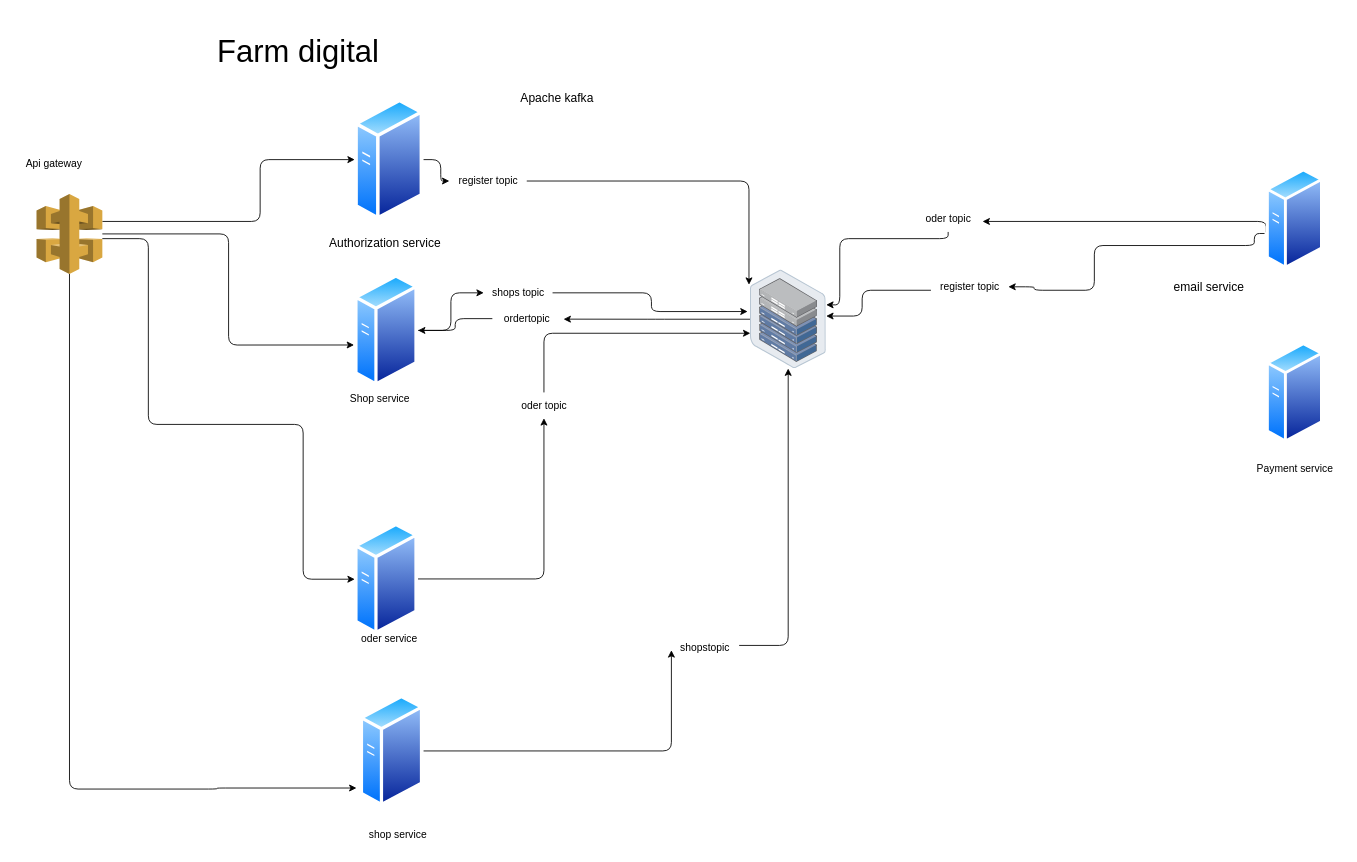
guesmia1228/farm-app keeps this draw.io diagram as Basic system architecture.drawio. Above is the earlier version. Source tidied: cells renumbered, new cells numbered last; positions are measured from the earlier drawing's top-left corner, leaving out a move shared by most shapes. Both pictures are drawn from the tidied source at 86%, with x=0, y=0 at pixel (15, 23).
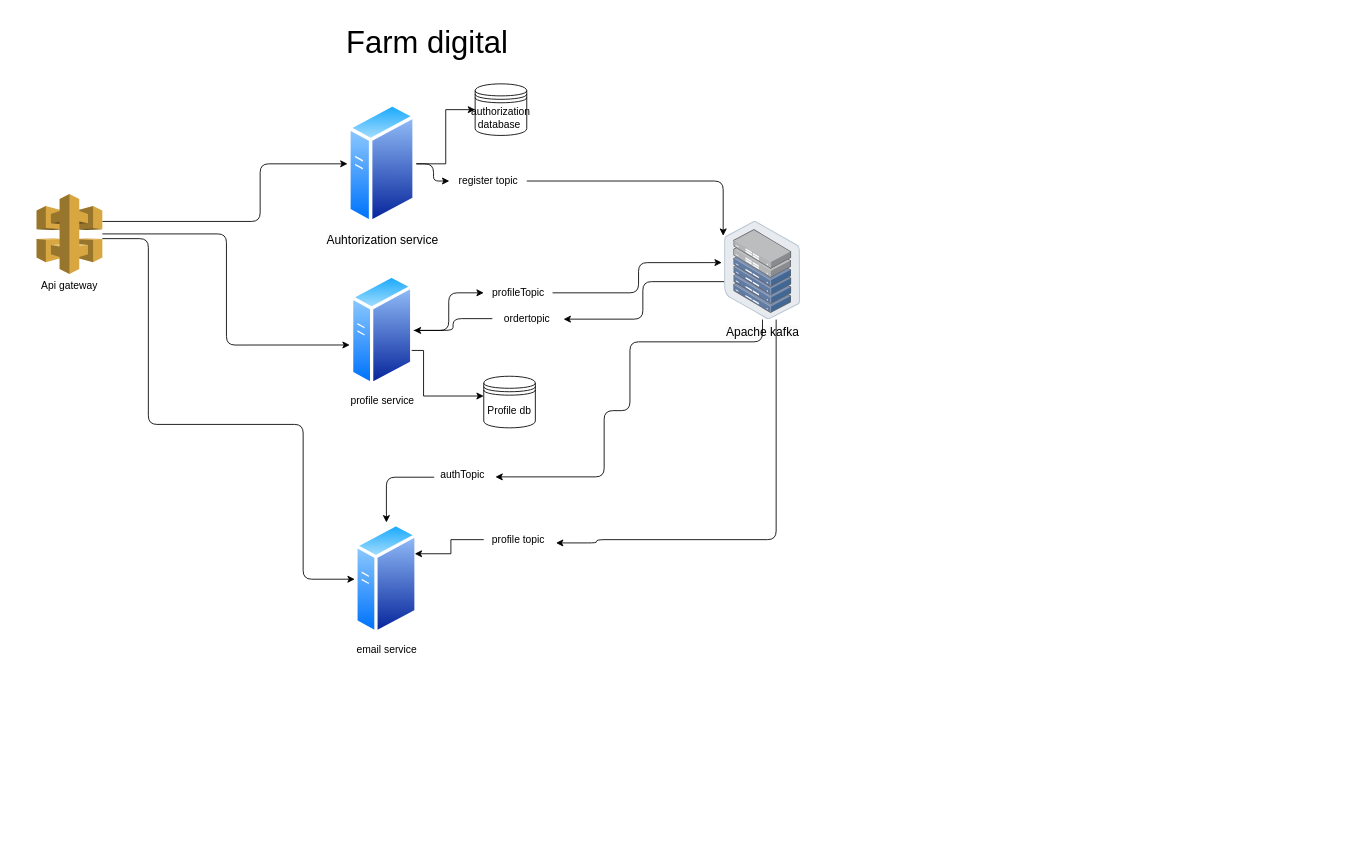
The same page after the edit.

Unchanged cells that the change refers to:
```xml
<mxCell id="43" value="ordertopic" style="text;html=1;align=center;verticalAlign=middle;points=[];strokeColor=none;fillColor=none;" parent="1" vertex="1">
  <mxGeometry x="555" y="328" width="80" height="30" as="geometry" />
</mxCell>
```

Change to the diagram source:
```diff
@@
     <mxCell id="2" value="&lt;font style=&quot;font-size: 36px;&quot;&gt;Farm digital&lt;/font&gt;" style="text;strokeColor=none;align=center;fillColor=none;html=1;verticalAlign=middle;whiteSpace=wrap;rounded=1;" parent="1" vertex="1">
-      <mxGeometry x="145" width="369" height="63.2" as="geometry" />
+      <mxGeometry x="295" y="-10" width="369" height="63.2" as="geometry" />
     </mxCell>
@@
-    <mxCell id="6" style="edgeStyle=orthogonalEdgeStyle;rounded=1;jettySize=auto;html=1;entryX=-0.06;entryY=0.828;entryDx=0;entryDy=0;entryPerimeter=0;" parent="1" edge="1" source="7" target="37">
-      <mxGeometry relative="1" as="geometry">
-        <Array as="points">
-          <mxPoint x="63" y="890" />
-          <mxPoint x="235" y="890" />
-          <mxPoint x="235" y="889" />
-        </Array>
-      </mxGeometry>
-    </mxCell>
-    <mxCell id="7" style="outlineConnect=0;dashed=0;verticalLabelPosition=bottom;verticalAlign=top;align=center;html=1;shape=mxgraph.aws3.api_gateway;fillColor=#D9A741;gradientColor=none;rounded=1;" parent="1" vertex="1">
+    <mxCell id="7" value="Api gateway" style="outlineConnect=0;dashed=0;verticalLabelPosition=bottom;verticalAlign=top;align=center;html=1;shape=mxgraph.aws3.api_gateway;fillColor=#D9A741;gradientColor=none;rounded=1;" parent="1" vertex="1">
       <mxGeometry x="25" y="198" width="76.5" height="93" as="geometry" />
     </mxCell>
     <mxCell id="8" style="edgeStyle=orthogonalEdgeStyle;rounded=1;jettySize=auto;html=1;entryX=1.035;entryY=0.52;entryDx=0;entryDy=0;entryPerimeter=0;" parent="1" edge="1" source="9" target="43">
-      <mxGeometry relative="1" as="geometry" />
+      <mxGeometry relative="1" as="geometry">
+        <Array as="points">
+          <mxPoint x="730" y="300" />
+          <mxPoint x="730" y="344" />
+        </Array>
+      </mxGeometry>
     </mxCell>
-    <mxCell id="9" style="image;points=[];html=1;align=center;shadow=0;dashed=0;image=img/lib/allied_telesis/storage/Datacenter_Server_Half_Rack_ToR.svg;rounded=1;" parent="1" vertex="1">
-      <mxGeometry x="855" y="286.4" width="88.2" height="114.6" as="geometry" />
+    <mxCell id="9" value="&lt;span style=&quot;color: rgb(0, 0, 0); font-family: Helvetica; font-size: 14px; font-style: normal; font-variant-ligatures: normal; font-variant-caps: normal; font-weight: 400; letter-spacing: normal; orphans: 2; text-align: center; text-indent: 0px; text-transform: none; widows: 2; word-spacing: 0px; -webkit-text-stroke-width: 0px; background-color: rgb(251, 251, 251); text-decoration-thickness: initial; text-decoration-style: initial; text-decoration-color: initial; float: none; display: inline !important;&quot;&gt;Apache kafka&lt;/span&gt;" style="image;points=[];html=1;align=center;shadow=0;dashed=0;image=img/lib/allied_telesis/storage/Datacenter_Server_Half_Rack_ToR.svg;rounded=1;" parent="1" vertex="1">
+      <mxGeometry x="825" y="229.5" width="88.2" height="114.6" as="geometry" />
     </mxCell>
-    <mxCell id="10" value="&lt;font style=&quot;font-size: 14px;&quot;&gt;Apache kafka&lt;/font&gt;" style="text;html=1;align=center;verticalAlign=middle;strokeColor=none;fillColor=none;rounded=1;" parent="1" vertex="1">
-      <mxGeometry x="575" y="71.8" width="110" height="30" as="geometry" />
-    </mxCell>
@@
+    <mxCell id="44" style="edgeStyle=orthogonalEdgeStyle;rounded=0;jettySize=auto;html=1;" parent="1" edge="1" source="12" target="49">
+      <mxGeometry relative="1" as="geometry" />
+    </mxCell>
-    <mxCell id="12" style="image;perimeter=ellipsePerimeter;html=1;align=center;shadow=0;dashed=0;spacingTop=3;image=img/lib/active_directory/generic_server.svg;rounded=1;" parent="1" vertex="1">
-      <mxGeometry x="395" y="86.7" width="80" height="142.8" as="geometry" />
+    <mxCell id="12" value="&lt;span style=&quot;font-size: 14px; background-color: rgb(251, 251, 251);&quot;&gt;Auhtorization service&lt;/span&gt;" style="image;perimeter=ellipsePerimeter;html=1;align=center;shadow=0;dashed=0;spacingTop=3;image=img/lib/active_directory/generic_server.svg;rounded=1;" parent="1" vertex="1">
+      <mxGeometry x="386.6" y="91.6" width="80" height="142.8" as="geometry" />
     </mxCell>
-    <mxCell id="13" value="&lt;font style=&quot;font-size: 14px;&quot;&gt;Authorization &lt;font style=&quot;&quot;&gt;service&lt;/font&gt;&lt;/font&gt;" style="text;html=1;align=center;verticalAlign=middle;strokeColor=none;fillColor=none;rounded=1;" parent="1" vertex="1">
-      <mxGeometry x="355" y="240" width="150" height="30" as="geometry" />
-    </mxCell>
-    <mxCell id="14" style="edgeStyle=orthogonalEdgeStyle;rounded=1;jettySize=auto;html=1;" parent="1" edge="1" target="31">
-      <mxGeometry relative="1" as="geometry">
-        <mxPoint x="1455" y="242.5" as="sourcePoint" />
-        <Array as="points">
-          <mxPoint x="1455" y="230" />
-          <mxPoint x="1067" y="230" />
-          <mxPoint x="1067" y="230" />
-          <mxPoint x="1047" y="230" />
-          <mxPoint x="1047" y="227" />
-        </Array>
-      </mxGeometry>
-    </mxCell>
-    <mxCell id="15" style="image;perimeter=ellipsePerimeter;html=1;align=center;shadow=0;dashed=0;spacingTop=3;image=img/lib/active_directory/generic_server.svg;rounded=1;" parent="1" vertex="1">
-      <mxGeometry x="1455" y="168" width="66.3" height="118.4" as="geometry" />
-    </mxCell>
-    <mxCell id="16" value="&lt;span style=&quot;font-size: 14px;&quot;&gt;email service&lt;/span&gt;" style="text;html=1;align=center;verticalAlign=middle;strokeColor=none;fillColor=none;rounded=1;" parent="1" vertex="1">
-      <mxGeometry x="1333.2" y="291" width="110" height="30" as="geometry" />
-    </mxCell>
@@
-    <mxCell id="18" style="image;perimeter=ellipsePerimeter;html=1;align=center;shadow=0;dashed=0;spacingTop=3;image=img/lib/active_directory/generic_server.svg;rounded=1;" parent="1" vertex="1">
-      <mxGeometry x="395" y="291" width="73.6" height="131.4" as="geometry" />
+    <mxCell id="18" value="profile service" style="image;perimeter=ellipsePerimeter;html=1;align=center;shadow=0;dashed=0;spacingTop=3;image=img/lib/active_directory/generic_server.svg;rounded=1;" parent="1" vertex="1">
+      <mxGeometry x="390" y="291" width="73.6" height="131.4" as="geometry" />
     </mxCell>
-    <mxCell id="19" style="edgeStyle=orthogonalEdgeStyle;rounded=1;jettySize=auto;html=1;" parent="1" edge="1" source="21" target="9">
-      <mxGeometry relative="1" as="geometry">
-        <Array as="points">
-          <mxPoint x="985" y="310" />
-          <mxPoint x="985" y="340" />
-        </Array>
-      </mxGeometry>
-    </mxCell>
-    <mxCell id="20" style="edgeStyle=orthogonalEdgeStyle;rounded=1;jettySize=auto;html=1;exitX=-0.032;exitY=0.642;exitDx=0;exitDy=0;exitPerimeter=0;" parent="1" edge="1" source="15" target="21">
-      <mxGeometry relative="1" as="geometry">
-        <Array as="points">
-          <mxPoint x="1441" y="258" />
-          <mxPoint x="1255" y="258" />
-          <mxPoint x="1255" y="310" />
-          <mxPoint x="1185" y="310" />
-          <mxPoint x="1185" y="306" />
-        </Array>
-      </mxGeometry>
-    </mxCell>
-    <mxCell id="21" value="register topic" style="text;html=1;align=center;verticalAlign=middle;points=[];strokeColor=none;fillColor=none;rounded=1;" parent="1" vertex="1">
-      <mxGeometry x="1065" y="291" width="90" height="30" as="geometry" />
-    </mxCell>
@@
-    <mxCell id="24" value="Shop service" style="text;html=1;align=center;verticalAlign=middle;strokeColor=none;fillColor=none;rounded=1;" parent="1" vertex="1">
-      <mxGeometry x="378.6" y="422.4" width="90" height="30" as="geometry" />
-    </mxCell>
-    <mxCell id="25" style="edgeStyle=orthogonalEdgeStyle;rounded=1;jettySize=auto;html=1;" parent="1" edge="1" source="26" target="29">
+    <mxCell id="25" style="edgeStyle=orthogonalEdgeStyle;rounded=1;jettySize=auto;html=1;exitX=0.034;exitY=0.58;exitDx=0;exitDy=0;exitPerimeter=0;" parent="1" edge="1" source="45" target="26">
       <mxGeometry relative="1" as="geometry" />
     </mxCell>
-    <mxCell id="26" style="image;perimeter=ellipsePerimeter;html=1;align=center;shadow=0;dashed=0;spacingTop=3;image=img/lib/active_directory/generic_server.svg;rounded=1;" parent="1" vertex="1">
+    <mxCell id="26" value="email service" style="image;perimeter=ellipsePerimeter;html=1;align=center;shadow=0;dashed=0;spacingTop=3;image=img/lib/active_directory/generic_server.svg;rounded=1;" parent="1" vertex="1">
       <mxGeometry x="395" y="580" width="73.6" height="131.4" as="geometry" />
     </mxCell>
-    <mxCell id="27" value="oder service" style="text;html=1;align=center;verticalAlign=middle;strokeColor=none;fillColor=none;rounded=1;" parent="1" vertex="1">
-      <mxGeometry x="390" y="700" width="90" height="30" as="geometry" />
-    </mxCell>
-    <mxCell id="28" style="edgeStyle=orthogonalEdgeStyle;rounded=1;jettySize=auto;html=1;" parent="1" edge="1" source="29" target="9">
+    <mxCell id="28" style="edgeStyle=orthogonalEdgeStyle;rounded=1;jettySize=auto;html=1;entryX=1.051;entryY=0.567;entryDx=0;entryDy=0;entryPerimeter=0;" parent="1" edge="1" source="9" target="45">
       <mxGeometry relative="1" as="geometry">
         <Array as="points">
-          <mxPoint x="615" y="360" />
+          <mxPoint x="715" y="370" />
+          <mxPoint x="715" y="450" />
+          <mxPoint x="685" y="450" />
+          <mxPoint x="685" y="527" />
         </Array>
       </mxGeometry>
     </mxCell>
-    <mxCell id="29" value="oder topic" style="text;html=1;align=center;verticalAlign=middle;points=[];strokeColor=none;fillColor=none;rounded=1;" parent="1" vertex="1">
-      <mxGeometry x="575" y="428.8" width="80" height="30" as="geometry" />
-    </mxCell>
-    <mxCell id="30" style="edgeStyle=orthogonalEdgeStyle;rounded=1;jettySize=auto;html=1;" parent="1" edge="1" source="31" target="9">
-      <mxGeometry relative="1" as="geometry">
-        <Array as="points">
-          <mxPoint x="959" y="250" />
-          <mxPoint x="959" y="327" />
-        </Array>
-      </mxGeometry>
-    </mxCell>
-    <mxCell id="31" value="oder topic" style="text;html=1;align=center;verticalAlign=middle;points=[];strokeColor=none;fillColor=none;rounded=1;" parent="1" vertex="1">
-      <mxGeometry x="1045" y="212.2" width="80" height="30" as="geometry" />
-    </mxCell>
@@
-    <mxCell id="33" value="shops topic" style="text;html=1;align=center;verticalAlign=middle;points=[];strokeColor=none;fillColor=none;" parent="1" vertex="1">
+    <mxCell id="33" value="profileTopic" style="text;html=1;align=center;verticalAlign=middle;points=[];strokeColor=none;fillColor=none;" parent="1" vertex="1">
       <mxGeometry x="545" y="298" width="80" height="30" as="geometry" />
     </mxCell>
-    <mxCell id="34" style="image;perimeter=ellipsePerimeter;html=1;align=center;shadow=0;dashed=0;spacingTop=3;image=img/lib/active_directory/generic_server.svg;rounded=1;" parent="1" vertex="1">
-      <mxGeometry x="1455" y="370" width="66.3" height="118.4" as="geometry" />
-    </mxCell>
-    <mxCell id="35" value="Payment service" style="text;html=1;align=center;verticalAlign=middle;strokeColor=none;fillColor=none;" parent="1" vertex="1">
-      <mxGeometry x="1433.2" y="503" width="110" height="30" as="geometry" />
-    </mxCell>
-    <mxCell id="36" style="edgeStyle=orthogonalEdgeStyle;rounded=1;jettySize=auto;html=1;entryX=0.015;entryY=0.573;entryDx=0;entryDy=0;entryPerimeter=0;" parent="1" edge="1" source="37" target="39">
-      <mxGeometry relative="1" as="geometry" />
-    </mxCell>
-    <mxCell id="37" style="image;perimeter=ellipsePerimeter;html=1;align=center;shadow=0;dashed=0;spacingTop=3;image=img/lib/active_directory/generic_server.svg;rounded=1;" parent="1" vertex="1">
-      <mxGeometry x="401.4" y="780" width="73.6" height="131.4" as="geometry" />
-    </mxCell>
-    <mxCell id="38" style="edgeStyle=orthogonalEdgeStyle;rounded=1;jettySize=auto;html=1;" parent="1" edge="1" source="39" target="9">
-      <mxGeometry relative="1" as="geometry">
-        <Array as="points">
-          <mxPoint x="899" y="723" />
-        </Array>
-      </mxGeometry>
-    </mxCell>
-    <mxCell id="39" value="shopstopic" style="text;html=1;align=center;verticalAlign=middle;points=[];strokeColor=none;fillColor=none;" parent="1" vertex="1">
-      <mxGeometry x="762" y="711.4" width="80" height="30" as="geometry" />
-    </mxCell>
-    <mxCell id="40" value="shop service" style="text;html=1;align=center;verticalAlign=middle;strokeColor=none;fillColor=none;" parent="1" vertex="1">
-      <mxGeometry x="400" y="928" width="90" height="30" as="geometry" />
-    </mxCell>
-    <mxCell id="41" value="Api gateway" style="text;html=1;align=center;verticalAlign=middle;strokeColor=none;fillColor=none;" parent="1" vertex="1">
-      <mxGeometry y="148" width="90" height="30" as="geometry" />
-    </mxCell>
@@
+    <mxCell id="45" value="authTopic" style="text;html=1;align=center;verticalAlign=middle;points=[];strokeColor=none;fillColor=none;" parent="1" vertex="1">
+      <mxGeometry x="485" y="510" width="70" height="30" as="geometry" />
+    </mxCell>
+    <mxCell id="46" style="edgeStyle=orthogonalEdgeStyle;jettySize=auto;html=1;rounded=1;entryX=1.05;entryY=0.627;entryDx=0;entryDy=0;entryPerimeter=0;" parent="1" edge="1" source="9" target="48">
+      <mxGeometry relative="1" as="geometry">
+        <Array as="points">
+          <mxPoint x="885" y="600" />
+          <mxPoint x="676" y="600" />
+          <mxPoint x="676" y="604" />
+        </Array>
+      </mxGeometry>
+    </mxCell>
+    <mxCell id="47" style="edgeStyle=orthogonalEdgeStyle;rounded=0;jettySize=auto;html=1;entryX=1;entryY=0.25;entryDx=0;entryDy=0;" parent="1" edge="1" source="48" target="26">
+      <mxGeometry relative="1" as="geometry" />
+    </mxCell>
+    <mxCell id="48" value="profile topic" style="text;html=1;align=center;verticalAlign=middle;points=[];strokeColor=none;fillColor=none;" parent="1" vertex="1">
+      <mxGeometry x="545" y="585" width="80" height="30" as="geometry" />
+    </mxCell>
+    <mxCell id="49" value="authorization database&amp;nbsp;" style="shape=datastore;whiteSpace=wrap;html=1;" parent="1" vertex="1">
+      <mxGeometry x="535" y="70" width="60" height="60" as="geometry" />
+    </mxCell>
+    <mxCell id="50" style="edgeStyle=orthogonalEdgeStyle;rounded=0;jettySize=auto;html=1;" parent="1" edge="1" source="18" target="51">
+      <mxGeometry relative="1" as="geometry">
+        <Array as="points">
+          <mxPoint x="475" y="380" />
+          <mxPoint x="475" y="433" />
+        </Array>
+      </mxGeometry>
+    </mxCell>
+    <mxCell id="51" value="Profile db" style="shape=datastore;whiteSpace=wrap;html=1;" parent="1" vertex="1">
+      <mxGeometry x="545" y="410" width="60" height="60" as="geometry" />
+    </mxCell>
```
